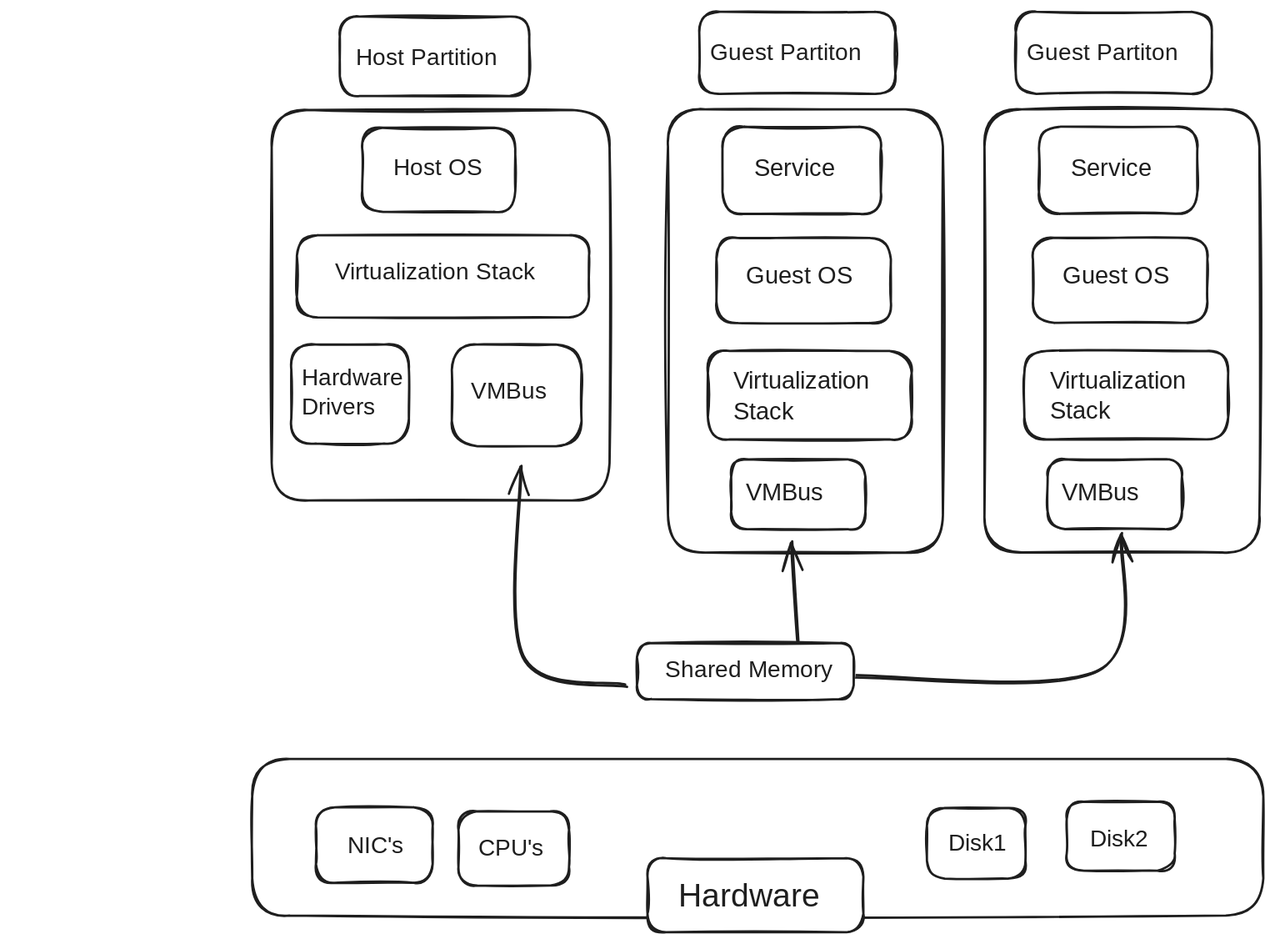
This is Notes Factory/Semister 5/CLD/qb/rough.excalidraw.svg from P7XCKD/NF, a Excalidraw export, as it was before one commit. Source tidied: one line per element, renumbered; positions are measured from the earlier drawing's top-left corner, leaving out a move shared by most shapes.
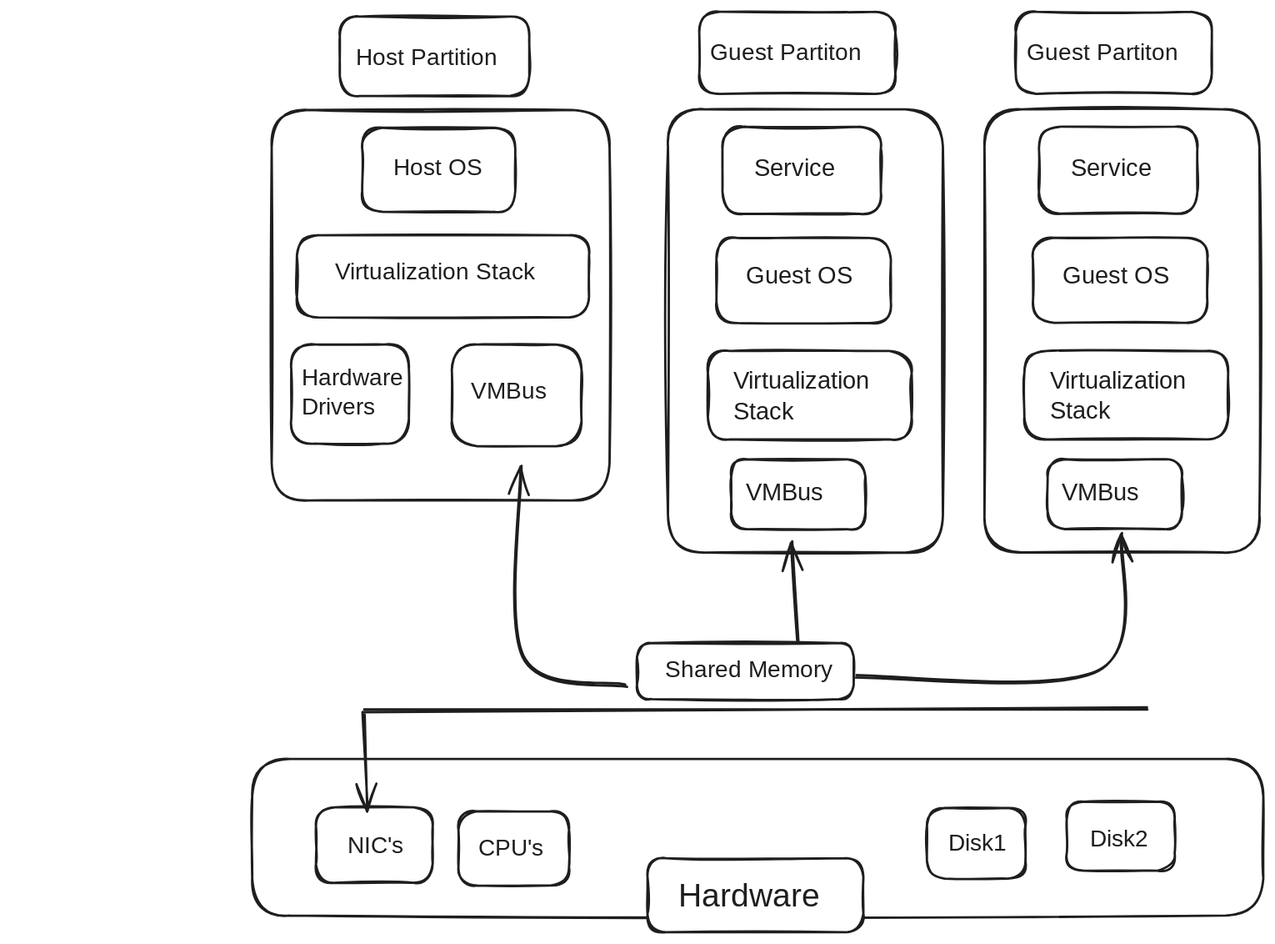
After the commit.

What changed in the source:
```diff
@@ -47,3 +47,5 @@
 {"id": 46, "type": "text", "text": "Disk2", "strokeColor": "#1e1e1e", "backgroundColor": "#ffffff", "fillStyle": "solid", "strokeWidth": 2, "roughness": 1, "fontSize": 20, "fontFamily": 5, "x": 718, "y": 697, "width": 56, "height": 25}
 {"id": 47, "type": "rectangle", "strokeColor": "#1e1e1e", "backgroundColor": "#ffffff", "fillStyle": "solid", "strokeWidth": 2, "roughness": 1, "round": true, "x": 339, "y": 725, "width": 185, "height": 63}
 {"id": 48, "type": "text", "text": "Hardware", "strokeColor": "#1e1e1e", "backgroundColor": "#ffffff", "fillStyle": "solid", "strokeWidth": 2, "roughness": 1, "fontSize": 27.78, "fontFamily": 5, "x": 366, "y": 742, "width": 121, "height": 35}
+{"id": 49, "type": "line", "strokeColor": "#1e1e1e", "backgroundColor": "#ffffff", "fillStyle": "solid", "strokeWidth": 2, "roughness": 1, "round": true, "x": 95, "y": 598, "width": 671, "height": 1, "points": [[0, 0], [671, -1]]}
+{"id": 50, "type": "arrow", "strokeColor": "#1e1e1e", "backgroundColor": "#ffffff", "fillStyle": "solid", "strokeWidth": 2, "roughness": 1, "endArrowhead": "arrow", "round": true, "to": 42, "x": 95, "y": 601, "width": 3, "height": 84, "points": [[0, 0], [3, 84]]}
```
